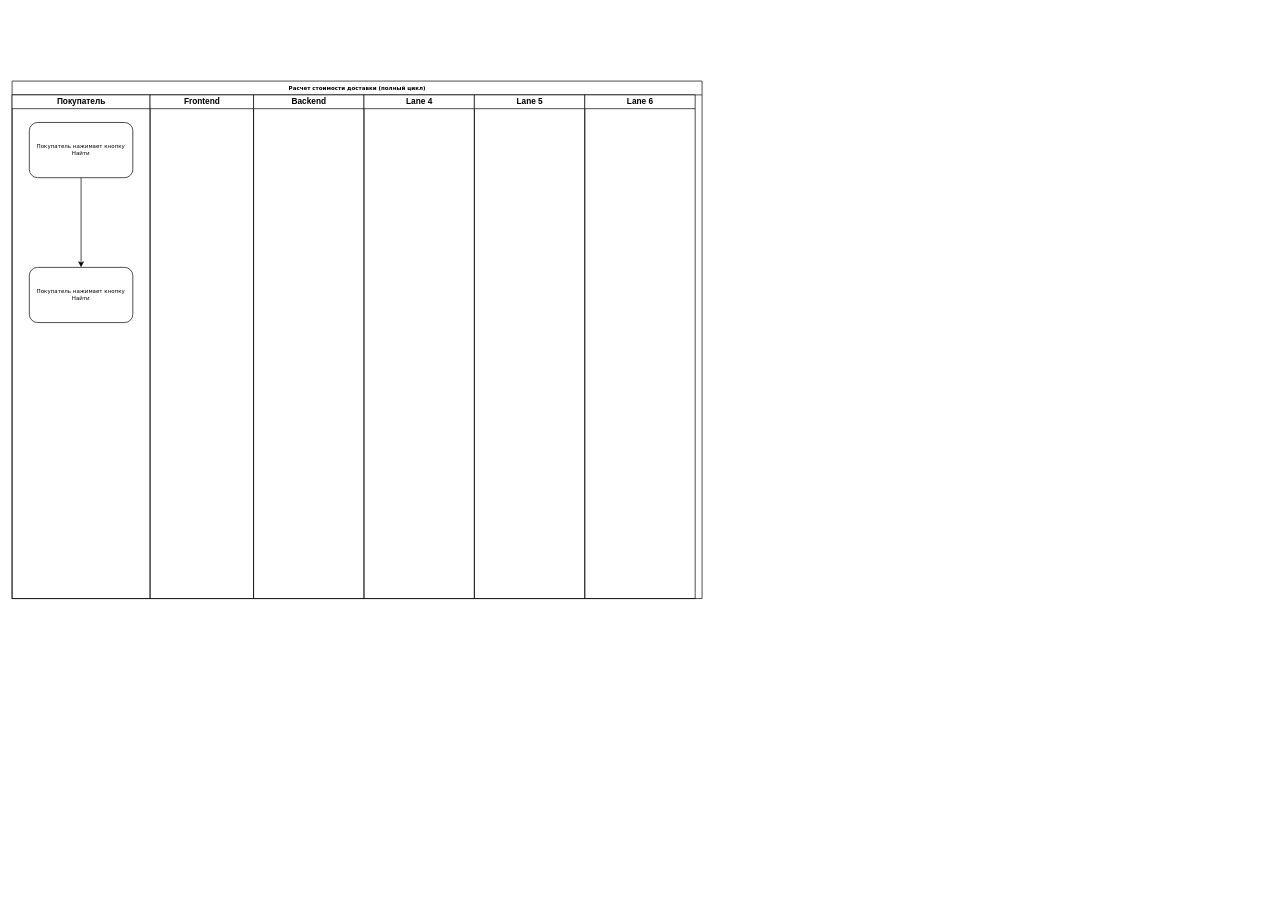
DamirF/IB keeps this draw.io diagram as Диаграмма без названия.drawio. Above is the earlier version. Source tidied: cells renumbered, new cells numbered last; positions are measured from the earlier drawing's top-left corner, leaving out a move shared by most shapes. Both pictures are drawn from the tidied source at 69%, with x=0, y=0 at pixel (12, 81).
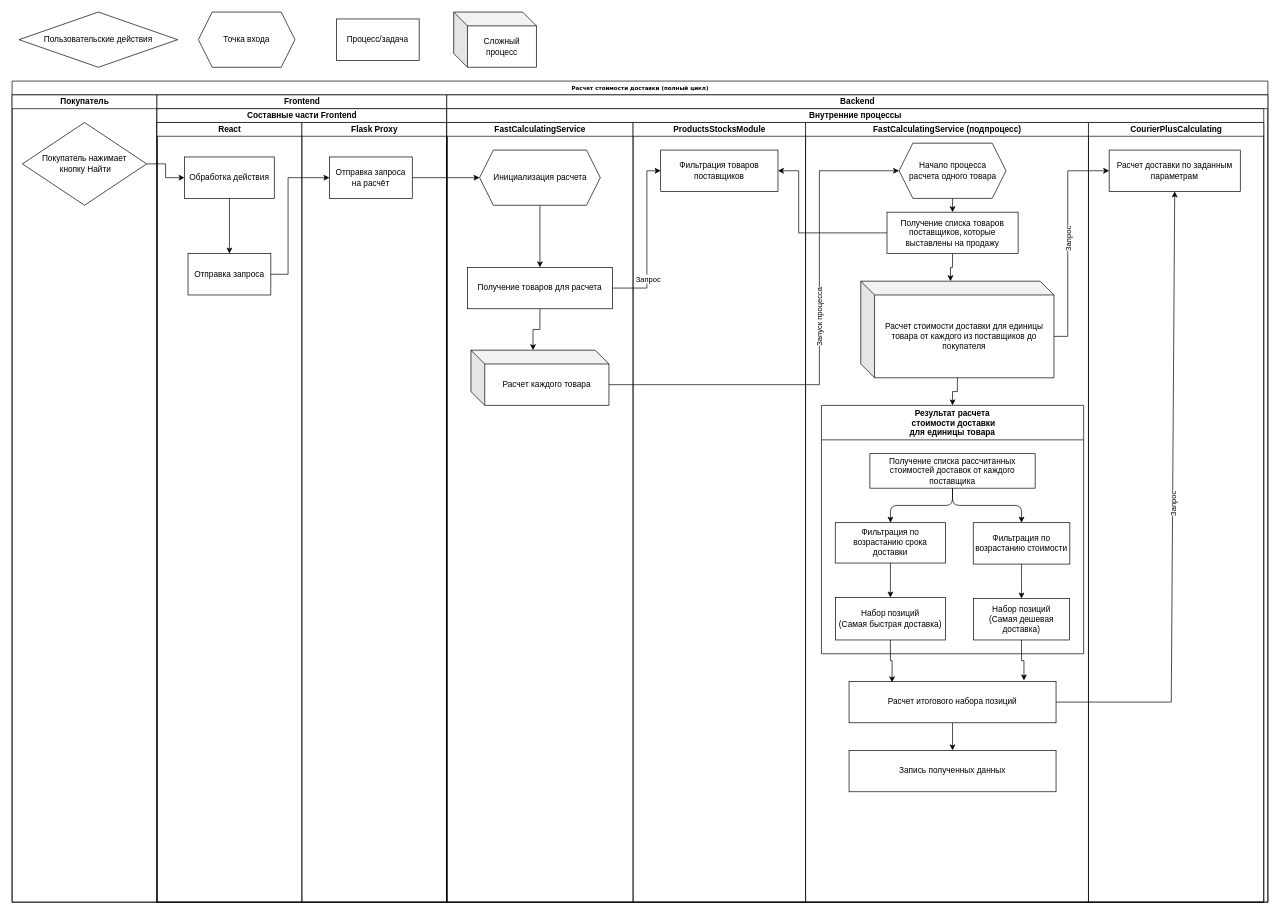
The same page after the edit.

What changed in the source:
```diff
@@
     <mxCell id="2" value="Расчет стоимости доставки (полный цикл)" style="swimlane;html=1;startSize=20;rounded=0;shadow=0;labelBackgroundColor=none;strokeWidth=1;fontFamily=Verdana;fontSize=8;align=center;" parent="1" vertex="1">
-      <mxGeometry width="1000" height="750" as="geometry" />
+      <mxGeometry width="1820" height="1190" as="geometry" />
     </mxCell>
     <mxCell id="3" value="Покупатель" style="swimlane;html=1;startSize=20;" parent="2" vertex="1">
-      <mxGeometry y="20" width="200" height="730" as="geometry" />
+      <mxGeometry y="20" width="210" height="1170" as="geometry" />
     </mxCell>
-    <mxCell id="4" style="edgeStyle=orthogonalEdgeStyle;rounded=0;jettySize=auto;html=1;" parent="3" edge="1" source="5" target="6">
-      <mxGeometry relative="1" as="geometry" />
-    </mxCell>
-    <mxCell id="5" value="Покупатель нажимает кнопку Найти" style="rounded=1;whiteSpace=wrap;html=1;shadow=0;labelBackgroundColor=none;strokeWidth=1;fontFamily=Verdana;fontSize=8;align=center;" parent="3" vertex="1">
-      <mxGeometry x="25" y="40" width="150" height="80" as="geometry" />
-    </mxCell>
-    <mxCell id="6" value="Покупатель нажимает кнопку Найти" style="rounded=1;whiteSpace=wrap;html=1;shadow=0;labelBackgroundColor=none;strokeWidth=1;fontFamily=Verdana;fontSize=8;align=center;" parent="3" vertex="1">
-      <mxGeometry x="25" y="250" width="150" height="80" as="geometry" />
-    </mxCell>
+    <mxCell id="12" value="Покупатель нажимает&lt;br&gt;&amp;nbsp;кнопку Найти" style="rhombus;whiteSpace=wrap;html=1;" parent="3" vertex="1">
+      <mxGeometry x="15" y="40" width="180" height="120" as="geometry" />
+    </mxCell>
     <mxCell id="7" value="Frontend" style="swimlane;html=1;startSize=20;" parent="2" vertex="1">
-      <mxGeometry x="200" y="20" width="150" height="730" as="geometry" />
+      <mxGeometry x="210" y="20" width="420" height="1170" as="geometry" />
     </mxCell>
+    <mxCell id="13" value="Составные части Frontend" style="swimlane;startSize=20;html=1;" parent="7" vertex="1">
+      <mxGeometry y="20" width="420" height="1150" as="geometry" />
+    </mxCell>
+    <mxCell id="14" value="React" style="swimlane;startSize=20;html=1;" parent="13" vertex="1">
+      <mxGeometry y="20" width="210" height="1130" as="geometry" />
+    </mxCell>
+    <mxCell id="15" style="edgeStyle=orthogonalEdgeStyle;rounded=0;jettySize=auto;html=1;" parent="14" edge="1" source="16" target="17">
+      <mxGeometry relative="1" as="geometry" />
+    </mxCell>
+    <mxCell id="16" value="Обработка действия" style="rounded=0;whiteSpace=wrap;html=1;" parent="14" vertex="1">
+      <mxGeometry x="40" y="50" width="130" height="60" as="geometry" />
+    </mxCell>
+    <mxCell id="17" value="Отправка запроса" style="whiteSpace=wrap;html=1;rounded=0;" parent="14" vertex="1">
+      <mxGeometry x="45" y="190" width="120" height="60" as="geometry" />
+    </mxCell>
+    <mxCell id="18" value="Flask Proxy" style="swimlane;startSize=20;html=1;" parent="13" vertex="1">
+      <mxGeometry x="210" y="20" width="210" height="1130" as="geometry" />
+    </mxCell>
+    <mxCell id="19" value="Отправка запроса&lt;br&gt;на расчёт" style="whiteSpace=wrap;html=1;rounded=0;" parent="18" vertex="1">
+      <mxGeometry x="40" y="50" width="120" height="60" as="geometry" />
+    </mxCell>
+    <mxCell id="20" style="edgeStyle=orthogonalEdgeStyle;rounded=0;jettySize=auto;html=1;exitX=1;exitY=0.5;exitDx=0;exitDy=0;entryX=0;entryY=0.5;entryDx=0;entryDy=0;" parent="13" edge="1" source="17" target="19">
+      <mxGeometry relative="1" as="geometry">
+        <Array as="points">
+          <mxPoint x="190" y="240" />
+          <mxPoint x="190" y="100" />
+        </Array>
+      </mxGeometry>
+    </mxCell>
     <mxCell id="8" value="Backend" style="swimlane;html=1;startSize=20;" parent="2" vertex="1">
-      <mxGeometry x="350" y="20" width="160" height="730" as="geometry" />
+      <mxGeometry x="630" y="20" width="1190" height="1170" as="geometry" />
     </mxCell>
-    <mxCell id="9" value="Lane 4" style="swimlane;html=1;startSize=20;" parent="2" vertex="1">
-      <mxGeometry x="510" y="20" width="160" height="730" as="geometry" />
-    </mxCell>
-    <mxCell id="10" value="Lane 5" style="swimlane;html=1;startSize=20;" parent="2" vertex="1">
-      <mxGeometry x="670" y="20" width="160" height="730" as="geometry" />
-    </mxCell>
-    <mxCell id="11" value="Lane 6" style="swimlane;html=1;startSize=20;" parent="2" vertex="1">
-      <mxGeometry x="830" y="20" width="160" height="730" as="geometry" />
-    </mxCell>
+    <mxCell id="21" value="Внутренние процессы" style="swimlane;startSize=20;html=1;" parent="8" vertex="1">
+      <mxGeometry y="20" width="1184" height="1150" as="geometry" />
+    </mxCell>
+    <mxCell id="22" value="FastCalculatingService" style="swimlane;startSize=20;html=1;" parent="21" vertex="1">
+      <mxGeometry y="20" width="270" height="1130" as="geometry" />
+    </mxCell>
+    <mxCell id="23" style="edgeStyle=orthogonalEdgeStyle;rounded=0;jettySize=auto;html=1;" parent="22" edge="1" source="24" target="25">
+      <mxGeometry relative="1" as="geometry" />
+    </mxCell>
+    <mxCell id="24" value="Инициализация расчета" style="shape=hexagon;perimeter=hexagonPerimeter2;whiteSpace=wrap;html=1;fixedSize=1;" parent="22" vertex="1">
+      <mxGeometry x="47.5" y="40" width="175" height="80" as="geometry" />
+    </mxCell>
+    <mxCell id="25" value="Получение товаров для расчета" style="whiteSpace=wrap;html=1;" parent="22" vertex="1">
+      <mxGeometry x="30" y="210" width="210" height="60" as="geometry" />
+    </mxCell>
+    <mxCell id="26" value="Расчет каждого товара" style="shape=cube;whiteSpace=wrap;html=1;boundedLbl=1;backgroundOutline=1;darkOpacity=0.05;darkOpacity2=0.1;" parent="22" vertex="1">
+      <mxGeometry x="35" y="330" width="200" height="80" as="geometry" />
+    </mxCell>
+    <mxCell id="27" style="edgeStyle=orthogonalEdgeStyle;rounded=0;jettySize=auto;html=1;exitX=0.5;exitY=1;exitDx=0;exitDy=0;entryX=0;entryY=0;entryDx=90;entryDy=0;entryPerimeter=0;" parent="22" edge="1" source="25" target="26">
+      <mxGeometry relative="1" as="geometry" />
+    </mxCell>
+    <mxCell id="28" value="ProductsStocksModule" style="swimlane;startSize=20;html=1;" parent="21" vertex="1">
+      <mxGeometry x="270" y="20" width="250" height="1130" as="geometry" />
+    </mxCell>
+    <mxCell id="29" value="Фильтрация товаров поставщиков" style="whiteSpace=wrap;html=1;" parent="28" vertex="1">
+      <mxGeometry x="40" y="40" width="170" height="60" as="geometry" />
+    </mxCell>
+    <mxCell id="30" style="endArrow=classic;html=1;rounded=0;exitX=1;exitY=0.5;exitDx=0;exitDy=0;entryX=0;entryY=0.5;entryDx=0;entryDy=0;" parent="21" edge="1" source="25" target="29">
+      <mxGeometry relative="1" as="geometry">
+        <Array as="points">
+          <mxPoint x="290" y="260" />
+          <mxPoint x="290" y="170" />
+          <mxPoint x="290" y="90" />
+        </Array>
+      </mxGeometry>
+    </mxCell>
+    <mxCell id="31" value="Запрос" style="edgeLabel;html=1;align=center;verticalAlign=middle;" parent="30" vertex="1">
+      <mxGeometry x="-0.47" y="-1" relative="1" as="geometry" />
+    </mxCell>
+    <mxCell id="32" value="FastCalculatingService (подпроцесс)" style="swimlane;startSize=20;html=1;" parent="21" vertex="1">
+      <mxGeometry x="520" y="20" width="410" height="1130" as="geometry" />
+    </mxCell>
+    <mxCell id="33" value="Получение списка товаров поставщиков, которые выставлены на продажу" style="whiteSpace=wrap;html=1;" parent="32" vertex="1">
+      <mxGeometry x="118" y="130" width="190" height="60" as="geometry" />
+    </mxCell>
+    <mxCell id="34" style="edgeStyle=orthogonalEdgeStyle;rounded=0;jettySize=auto;html=1;exitX=0.5;exitY=1;exitDx=0;exitDy=0;entryX=0.5;entryY=0;entryDx=0;entryDy=0;" parent="32" edge="1" source="35" target="33">
+      <mxGeometry relative="1" as="geometry" />
+    </mxCell>
+    <mxCell id="35" value="Начало процесса &lt;br&gt;расчета одного товара" style="shape=hexagon;perimeter=hexagonPerimeter2;whiteSpace=wrap;html=1;fixedSize=1;" parent="32" vertex="1">
+      <mxGeometry x="135.5" y="30" width="155" height="80" as="geometry" />
+    </mxCell>
+    <mxCell id="36" style="edgeStyle=orthogonalEdgeStyle;rounded=0;jettySize=auto;html=1;entryX=0.5;entryY=0;entryDx=0;entryDy=0;" parent="32" edge="1" source="37" target="39">
+      <mxGeometry relative="1" as="geometry" />
+    </mxCell>
+    <mxCell id="37" value="Расчет стоимости доставки для единицы товара от каждого из поставщиков до покупателя" style="shape=cube;whiteSpace=wrap;html=1;boundedLbl=1;backgroundOutline=1;darkOpacity=0.05;darkOpacity2=0.1;" parent="32" vertex="1">
+      <mxGeometry x="80" y="230" width="280" height="140" as="geometry" />
+    </mxCell>
+    <mxCell id="38" style="edgeStyle=orthogonalEdgeStyle;rounded=0;jettySize=auto;html=1;exitX=0.5;exitY=1;exitDx=0;exitDy=0;entryX=0;entryY=0;entryDx=130;entryDy=0;entryPerimeter=0;" parent="32" edge="1" source="33" target="37">
+      <mxGeometry relative="1" as="geometry" />
+    </mxCell>
+    <mxCell id="39" value="Результат расчета&#10; стоимости доставки &#10;для единицы товара" style="swimlane;startSize=50;horizontal=1;horizontalTree=0;containerType=tree;fontSize=12;" parent="32" vertex="1">
+      <mxGeometry x="23" y="410" width="380" height="360" as="geometry" />
+    </mxCell>
+    <mxCell id="40" value="Получение списка рассчитанных стоимостей доставок от каждого поставщика" style="whiteSpace=wrap;html=1;" parent="39" vertex="1">
+      <mxGeometry x="70.2" y="70" width="239.5" height="50" as="geometry" />
+    </mxCell>
+    <mxCell id="41" value="Фильтрация по возрастанию срока доставки" style="whiteSpace=wrap;html=1;" parent="39" vertex="1">
+      <mxGeometry x="20" y="170" width="160" height="58.5" as="geometry" />
+    </mxCell>
+    <mxCell id="42" style="edgeStyle=elbowEdgeStyle;elbow=vertical;html=1;rounded=1;curved=0;sourcePerimeterSpacing=0;targetPerimeterSpacing=0;startSize=6;endSize=6;" parent="39" edge="1" source="40" target="41">
+      <mxGeometry relative="1" as="geometry" />
+    </mxCell>
+    <mxCell id="43" value="Фильтрация по возрастанию стоимости" style="whiteSpace=wrap;html=1;" parent="39" vertex="1">
+      <mxGeometry x="220" y="170" width="140" height="60" as="geometry" />
+    </mxCell>
+    <mxCell id="44" style="edgeStyle=elbowEdgeStyle;elbow=vertical;html=1;rounded=1;curved=0;sourcePerimeterSpacing=0;targetPerimeterSpacing=0;startSize=6;endSize=6;" parent="39" edge="1" source="40" target="43">
+      <mxGeometry relative="1" as="geometry" />
+    </mxCell>
+    <mxCell id="45" style="edgeStyle=elbowEdgeStyle;elbow=vertical;html=1;rounded=1;curved=0;sourcePerimeterSpacing=0;targetPerimeterSpacing=0;startSize=6;endSize=6;" parent="39" edge="1" source="41" target="46">
+      <mxGeometry relative="1" as="geometry" />
+    </mxCell>
+    <mxCell id="46" value="Набор позиций &lt;br&gt;(Самая быстрая доставка)" style="whiteSpace=wrap;html=1;" parent="39" vertex="1">
+      <mxGeometry x="20.2" y="278.5" width="159.5" height="61.5" as="geometry" />
+    </mxCell>
+    <mxCell id="47" style="edgeStyle=elbowEdgeStyle;elbow=vertical;html=1;rounded=1;curved=0;sourcePerimeterSpacing=0;targetPerimeterSpacing=0;startSize=6;endSize=6;" parent="39" edge="1" source="43" target="48">
+      <mxGeometry relative="1" as="geometry" />
+    </mxCell>
+    <mxCell id="48" value="Набор позиций &lt;br&gt;(Самая дешевая доставка)" style="whiteSpace=wrap;html=1;" parent="39" vertex="1">
+      <mxGeometry x="220.2" y="280" width="139.5" height="60" as="geometry" />
+    </mxCell>
+    <mxCell id="49" style="edgeStyle=orthogonalEdgeStyle;rounded=0;jettySize=auto;html=1;exitX=0.5;exitY=1;exitDx=0;exitDy=0;entryX=0.5;entryY=0;entryDx=0;entryDy=0;" parent="32" edge="1" source="50" target="53">
+      <mxGeometry relative="1" as="geometry" />
+    </mxCell>
+    <mxCell id="50" value="Расчет итогового набора позиций" style="rounded=0;whiteSpace=wrap;html=1;" parent="32" vertex="1">
+      <mxGeometry x="63" y="810" width="300" height="60" as="geometry" />
+    </mxCell>
+    <mxCell id="51" style="edgeStyle=orthogonalEdgeStyle;rounded=0;jettySize=auto;html=1;exitX=0.5;exitY=1;exitDx=0;exitDy=0;entryX=0.208;entryY=0.022;entryDx=0;entryDy=0;entryPerimeter=0;" parent="32" edge="1" source="46" target="50">
+      <mxGeometry relative="1" as="geometry" />
+    </mxCell>
+    <mxCell id="52" style="edgeStyle=orthogonalEdgeStyle;rounded=0;jettySize=auto;html=1;exitX=0.5;exitY=1;exitDx=0;exitDy=0;entryX=0.845;entryY=-0.022;entryDx=0;entryDy=0;entryPerimeter=0;" parent="32" edge="1" source="48" target="50">
+      <mxGeometry relative="1" as="geometry" />
+    </mxCell>
+    <mxCell id="53" value="Запись полученных данных" style="rounded=0;whiteSpace=wrap;html=1;" parent="32" vertex="1">
+      <mxGeometry x="63" y="910" width="300" height="60" as="geometry" />
+    </mxCell>
+    <mxCell id="54" value="CourierPlusCalculating" style="swimlane;startSize=20;html=1;" parent="21" vertex="1">
+      <mxGeometry x="930" y="20" width="254" height="1130" as="geometry" />
+    </mxCell>
+    <mxCell id="55" value="Расчет доставки по заданным параметрам" style="whiteSpace=wrap;html=1;" parent="54" vertex="1">
+      <mxGeometry x="30" y="40" width="190" height="60" as="geometry" />
+    </mxCell>
+    <mxCell id="56" style="endArrow=classic;html=1;rounded=0;exitX=0;exitY=0;exitDx=200;exitDy=50;exitPerimeter=0;entryX=0;entryY=0.5;entryDx=0;entryDy=0;" parent="21" edge="1" source="26" target="35">
+      <mxGeometry relative="1" as="geometry">
+        <Array as="points">
+          <mxPoint x="290" y="400" />
+          <mxPoint x="540" y="400" />
+          <mxPoint x="540" y="250" />
+          <mxPoint x="540" y="90" />
+        </Array>
+      </mxGeometry>
+    </mxCell>
+    <mxCell id="57" value="Запуск процесса" style="edgeLabel;html=1;align=center;verticalAlign=middle;rotation=-90;" parent="56" vertex="1">
+      <mxGeometry relative="1" as="geometry">
+        <mxPoint y="-37" as="offset" />
+      </mxGeometry>
+    </mxCell>
+    <mxCell id="58" style="edgeStyle=orthogonalEdgeStyle;rounded=0;jettySize=auto;html=1;exitX=0;exitY=0.5;exitDx=0;exitDy=0;entryX=1;entryY=0.5;entryDx=0;entryDy=0;" parent="21" edge="1" source="33" target="29">
+      <mxGeometry relative="1" as="geometry">
+        <Array as="points">
+          <mxPoint x="510" y="180" />
+          <mxPoint x="510" y="90" />
+        </Array>
+      </mxGeometry>
+    </mxCell>
+    <mxCell id="59" style="endArrow=classic;html=1;rounded=0;exitX=0;exitY=0;exitDx=280;exitDy=80;exitPerimeter=0;entryX=0;entryY=0.5;entryDx=0;entryDy=0;" parent="21" edge="1" source="37" target="55">
+      <mxGeometry relative="1" as="geometry">
+        <Array as="points">
+          <mxPoint x="900" y="330" />
+          <mxPoint x="900" y="210" />
+          <mxPoint x="900" y="90" />
+        </Array>
+      </mxGeometry>
+    </mxCell>
+    <mxCell id="60" value="Запрос" style="edgeLabel;html=1;align=center;verticalAlign=middle;rotation=-90;" parent="59" vertex="1">
+      <mxGeometry relative="1" as="geometry" />
+    </mxCell>
+    <mxCell id="61" style="endArrow=classic;html=1;rounded=0;exitX=1;exitY=0.5;exitDx=0;exitDy=0;entryX=0.5;entryY=1;entryDx=0;entryDy=0;" parent="21" edge="1" source="50" target="55">
+      <mxGeometry relative="1" as="geometry">
+        <Array as="points">
+          <mxPoint x="1050" y="860" />
+        </Array>
+      </mxGeometry>
+    </mxCell>
+    <mxCell id="62" value="Запрос" style="edgeLabel;html=1;align=center;verticalAlign=middle;rotation=-90;" parent="61" vertex="1">
+      <mxGeometry relative="1" as="geometry" />
+    </mxCell>
+    <mxCell id="63" style="edgeStyle=orthogonalEdgeStyle;rounded=0;jettySize=auto;html=1;exitX=1;exitY=0.5;exitDx=0;exitDy=0;entryX=0;entryY=0.5;entryDx=0;entryDy=0;" parent="2" edge="1" source="12" target="16">
+      <mxGeometry relative="1" as="geometry" />
+    </mxCell>
+    <mxCell id="64" style="edgeStyle=orthogonalEdgeStyle;rounded=0;jettySize=auto;html=1;exitX=1;exitY=0.5;exitDx=0;exitDy=0;entryX=0;entryY=0.5;entryDx=0;entryDy=0;" parent="2" edge="1" source="19" target="24">
+      <mxGeometry relative="1" as="geometry" />
+    </mxCell>
+    <mxCell id="65" value="Пользовательские действия" style="rhombus;whiteSpace=wrap;html=1;" parent="1" vertex="1">
+      <mxGeometry x="10" y="-100" width="230" height="80" as="geometry" />
+    </mxCell>
+    <mxCell id="66" value="Точка входа" style="shape=hexagon;perimeter=hexagonPerimeter2;whiteSpace=wrap;html=1;fixedSize=1;" parent="1" vertex="1">
+      <mxGeometry x="270" y="-100" width="140" height="80" as="geometry" />
+    </mxCell>
+    <mxCell id="67" value="Процесс/задача" style="rounded=0;whiteSpace=wrap;html=1;" parent="1" vertex="1">
+      <mxGeometry x="470" y="-90" width="120" height="60" as="geometry" />
+    </mxCell>
+    <mxCell id="68" value="Сложный процесс" style="shape=cube;whiteSpace=wrap;html=1;boundedLbl=1;backgroundOutline=1;darkOpacity=0.05;darkOpacity2=0.1;" parent="1" vertex="1">
+      <mxGeometry x="640" y="-100" width="120" height="80" as="geometry" />
+    </mxCell>
```
